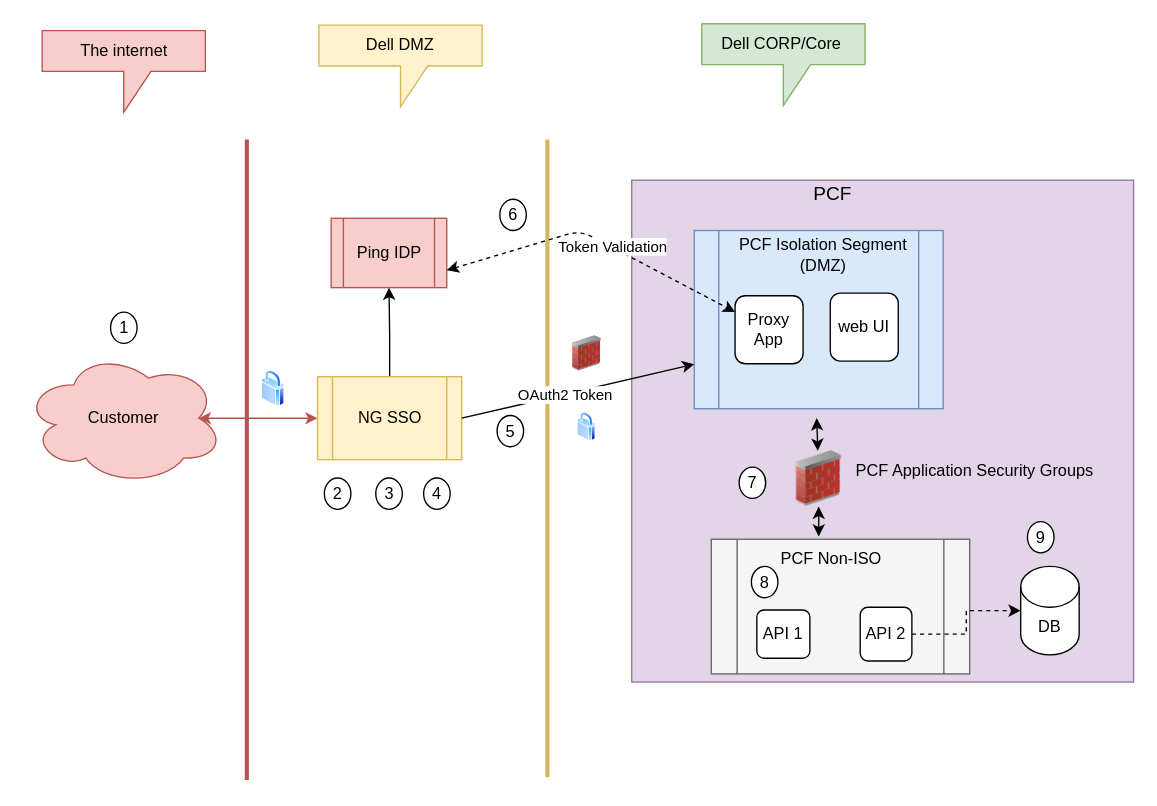
The draw.io diagram RR2C-NGSSO-PCF-EXT.drawio in rama78/app-config, before the edit. Source tidied: cells renumbered, new cells numbered last; positions are measured from the earlier drawing's top-left corner, leaving out a move shared by most shapes. Both pictures are drawn from the tidied source at 136%, with x=0, y=0 at pixel (23, 23).
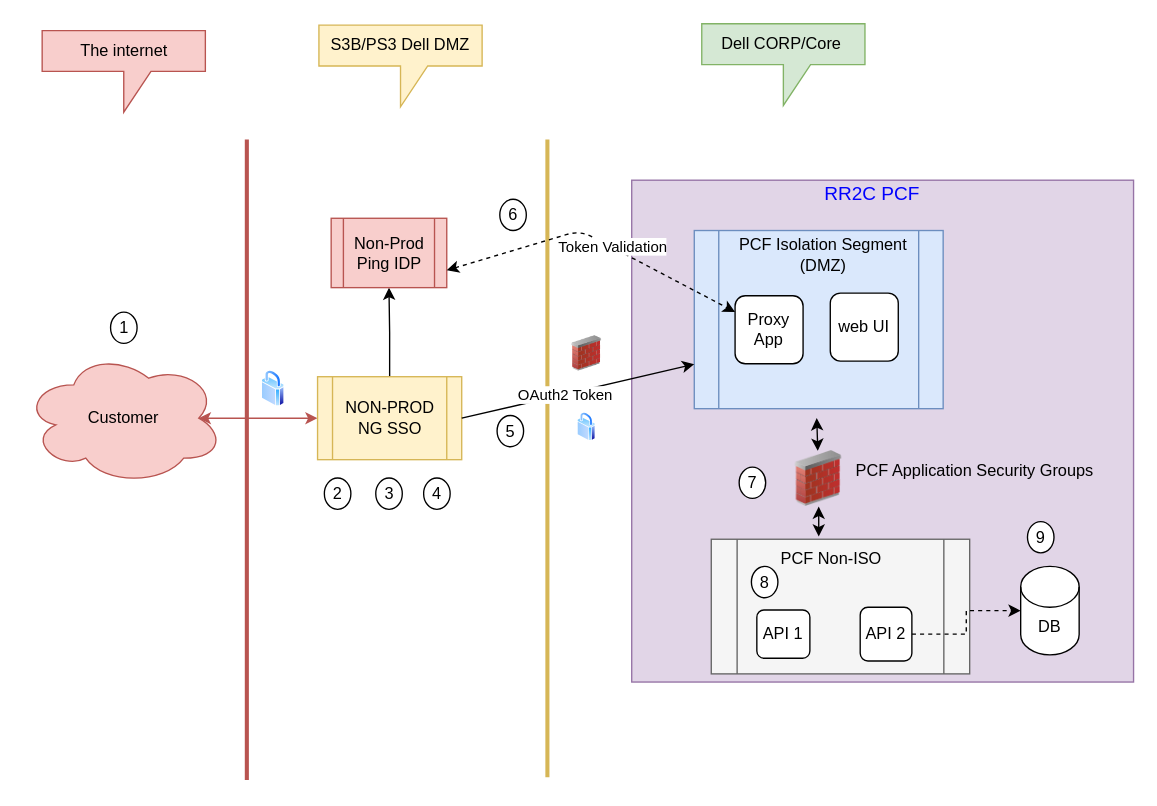
After the change.

Commit message:
added non-prod NG SSO

Change to the diagram source:
```diff
@@
-    <mxCell id="8" value="NG SSO" style="shape=process;whiteSpace=wrap;html=1;backgroundOutline=1;fillColor=#fff2cc;strokeColor=#d6b656;" parent="1" vertex="1">
+    <mxCell id="8" value="NON-PROD NG SSO" style="shape=process;whiteSpace=wrap;html=1;backgroundOutline=1;fillColor=#fff2cc;strokeColor=#d6b656;" parent="1" vertex="1">
       <mxGeometry x="216" y="259.5" width="106" height="61" as="geometry" />
     </mxCell>
-    <mxCell id="9" value="&lt;font style=&quot;font-size: 14px&quot;&gt;PCF&lt;/font&gt;" style="text;html=1;strokeColor=none;fillColor=none;align=center;verticalAlign=middle;whiteSpace=wrap;rounded=0;" parent="1" vertex="1">
-      <mxGeometry x="575" y="115" width="40" height="20" as="geometry" />
+    <mxCell id="9" value="&lt;font style=&quot;font-size: 14px&quot; color=&quot;#0000ff&quot;&gt;RR2C PCF&lt;/font&gt;" style="text;html=1;strokeColor=none;fillColor=none;align=center;verticalAlign=middle;whiteSpace=wrap;rounded=0;" parent="1" vertex="1">
+      <mxGeometry x="575" y="115" width="98" height="20" as="geometry" />
     </mxCell>
@@
-    <mxCell id="13" value="Dell DMZ" style="shape=callout;whiteSpace=wrap;html=1;perimeter=calloutPerimeter;fillColor=#fff2cc;strokeColor=#d6b656;" parent="1" vertex="1">
+    <mxCell id="13" value="S3B/PS3 Dell DMZ" style="shape=callout;whiteSpace=wrap;html=1;perimeter=calloutPerimeter;fillColor=#fff2cc;strokeColor=#d6b656;" parent="1" vertex="1">
       <mxGeometry x="217" y="1" width="120" height="60" as="geometry" />
     </mxCell>
@@
-    <mxCell id="30" value="Ping IDP" style="shape=process;whiteSpace=wrap;html=1;backgroundOutline=1;fillColor=#f8cecc;strokeColor=#b85450;" parent="1" vertex="1">
+    <mxCell id="30" value="Non-Prod Ping IDP" style="shape=process;whiteSpace=wrap;html=1;backgroundOutline=1;fillColor=#f8cecc;strokeColor=#b85450;" parent="1" vertex="1">
       <mxGeometry x="226" y="143" width="85" height="51" as="geometry" />
     </mxCell>
```
